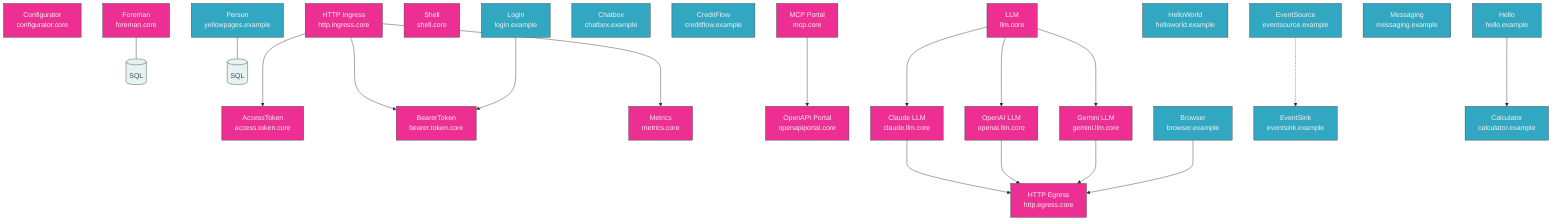
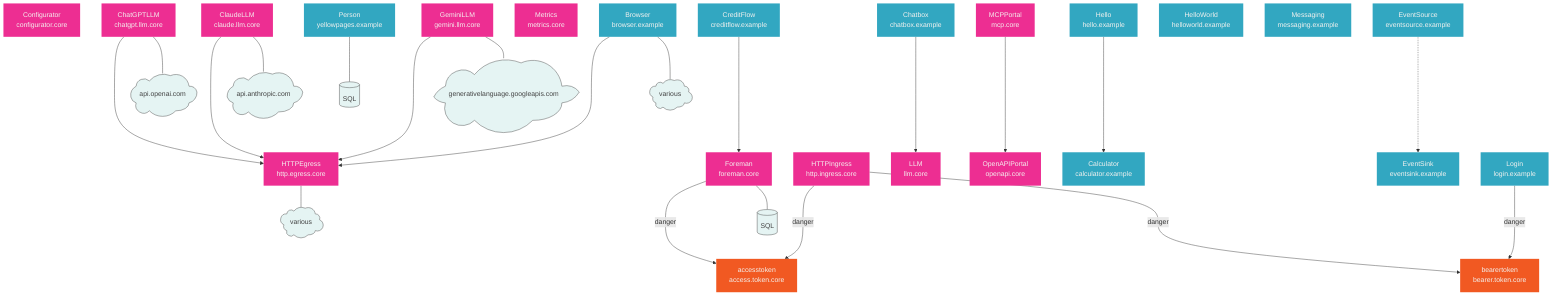
graph TB
-     classDef core fill:#ed2e92,color:#f4f2ef,stroke:#434343
-     classDef svc fill:#32a7c1,color:#f4f2ef,stroke:#434343
+     classDef core fill:#ed2e92,color:#f4f2ef,stroke-width:0px
+     classDef svc fill:#32a7c1,color:#f4f2ef,stroke-width:0px
+     classDef danger fill:#f15922,color:#f4f2ef,stroke-width:0px
    classDef ext fill:#e5f4f3,color:#434343,stroke:#434343

    configurator.core[Configurator<br>configurator.core]
-     access.token.core[AccessToken<br>access.token.core]
-     bearer.token.core[BearerToken<br>bearer.token.core]
-     http.ingress.core[HTTP Ingress<br>http.ingress.core] ---> metrics.core[Metrics<br>metrics.core]
-     http.ingress.core ---> bearer.token.core
-     http.ingress.core ---> access.token.core
-     openapiportal.core[OpenAPI Portal<br>openapiportal.core]
-     mcp.core[MCP Portal<br>mcp.core] ---> openapiportal.core
-     foreman.core[Foreman<br>foreman.core] --- foreman.core.db[(SQL)]
-     shell.core[Shell<br>shell.core]
-     llm.core[LLM<br>llm.core] ---> claude.llm.core[Claude LLM<br>claude.llm.core]
-     llm.core ---> openai.llm.core[OpenAI LLM<br>openai.llm.core]
-     llm.core ---> gemini.llm.core[Gemini LLM<br>gemini.llm.core]
-     claude.llm.core ---> http.egress.core
-     openai.llm.core ---> http.egress.core
-     gemini.llm.core ---> http.egress.core
-     chatbox.example[Chatbox<br>chatbox.example]
-     creditflow.example[CreditFlow<br>creditflow.example]
-     browser.example[Browser<br>browser.example] ---> http.egress.core[HTTP Egress<br>http.egress.core]
+     http.egress.core[HTTPEgress<br>http.egress.core] --- http.egress.core.cloud@{shape: cloud, label: "various"}
+     foreman.core[Foreman<br>foreman.core] --->|danger| access.token.core[accesstoken<br>access.token.core]
+     foreman.core --- foreman.core.db[(SQL)]
+     http.ingress.core[HTTPIngress<br>http.ingress.core] --->|danger| access.token.core
+     http.ingress.core --->|danger| bearer.token.core[bearertoken<br>bearer.token.core]
+     llm.core[LLM<br>llm.core]
+     chatgpt.llm.core[ChatGPTLLM<br>chatgpt.llm.core] ---> http.egress.core
+     chatgpt.llm.core --- chatgpt.llm.core.cloud@{shape: cloud, label: "api.openai.com"}
+     claude.llm.core[ClaudeLLM<br>claude.llm.core] ---> http.egress.core
+     claude.llm.core --- claude.llm.core.cloud@{shape: cloud, label: "api.anthropic.com"}
+     gemini.llm.core[GeminiLLM<br>gemini.llm.core] ---> http.egress.core
+     gemini.llm.core --- gemini.llm.core.cloud@{shape: cloud, label: "generativelanguage.googleapis.com"}
+     mcp.core[MCPPortal<br>mcp.core] ---> openapi.core[OpenAPIPortal<br>openapi.core]
+     metrics.core[Metrics<br>metrics.core]
+     browser.example[Browser<br>browser.example] ---> http.egress.core
+     browser.example --- browser.example.cloud@{shape: cloud, label: "various"}
+     calculator.example[Calculator<br>calculator.example]
+     chatbox.example[Chatbox<br>chatbox.example] ---> llm.core
+     creditflow.example[CreditFlow<br>creditflow.example] ---> foreman.core
    eventsource.example[EventSource<br>eventsource.example] -..-> eventsink.example[EventSink<br>eventsink.example]
-     hello.example[Hello<br>hello.example] ---> calculator.example[Calculator<br>calculator.example]
+     hello.example[Hello<br>hello.example] ---> calculator.example
    helloworld.example[HelloWorld<br>helloworld.example]
-     login.example[Login<br>login.example] ---> bearer.token.core
+     login.example[Login<br>login.example] --->|danger| bearer.token.core
    messaging.example[Messaging<br>messaging.example]
    yellowpages.example[Person<br>yellowpages.example] --- yellowpages.example.db[(SQL)]

-     class hello.example,calculator.example,browser.example,login.example,eventsource.example,eventsink.example,yellowpages.example,helloworld.example,messaging.example,creditflow.example,chatbox.example svc
-     class http.ingress.core,metrics.core,bearer.token.core,access.token.core,http.egress.core,configurator.core,openapiportal.core,mcp.core,foreman.core,llm.core,claude.llm.core,openai.llm.core,gemini.llm.core,shell.core core
-     class yellowpages.example.db,foreman.core.db ext
+     class browser.example,calculator.example,chatbox.example,creditflow.example,eventsink.example,eventsource.example,hello.example,helloworld.example,login.example,messaging.example,yellowpages.example svc
+     class configurator.core,http.egress.core,foreman.core,http.ingress.core,llm.core,chatgpt.llm.core,claude.llm.core,gemini.llm.core,mcp.core,metrics.core,openapi.core core
+     class access.token.core,bearer.token.core danger
+     class http.egress.core.cloud,foreman.core.db,chatgpt.llm.core.cloud,claude.llm.core.cloud,gemini.llm.core.cloud,browser.example.cloud,yellowpages.example.db ext
